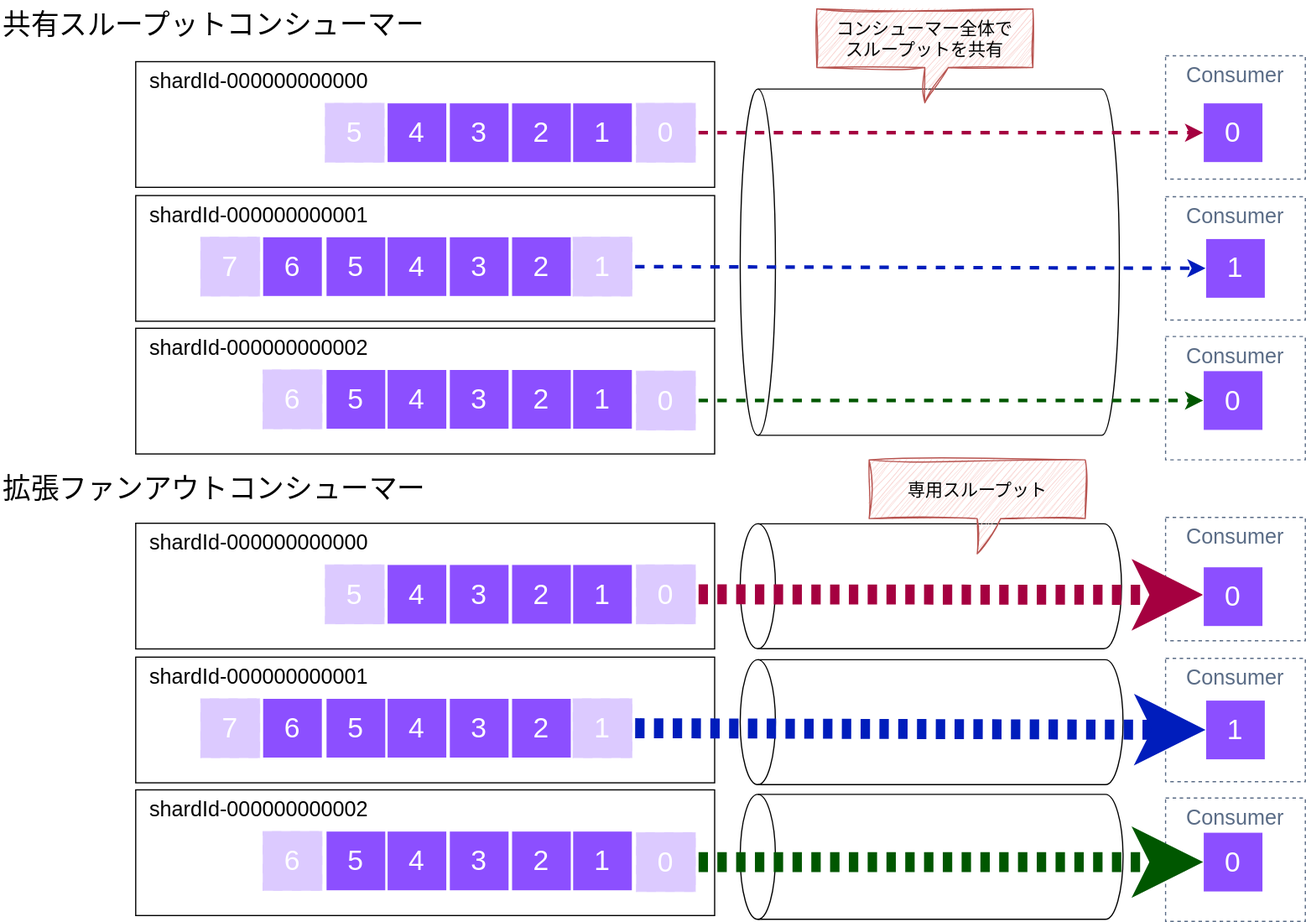
Before: images/kinesis-data-streams/consumer-type.drawio.svg, a diagram exported from draw.io (ishiharatma/aws-study). Source tidied: cells renumbered, new cells last; positions are measured from the earlier drawing's top-left corner, leaving out a move shared by most shapes.
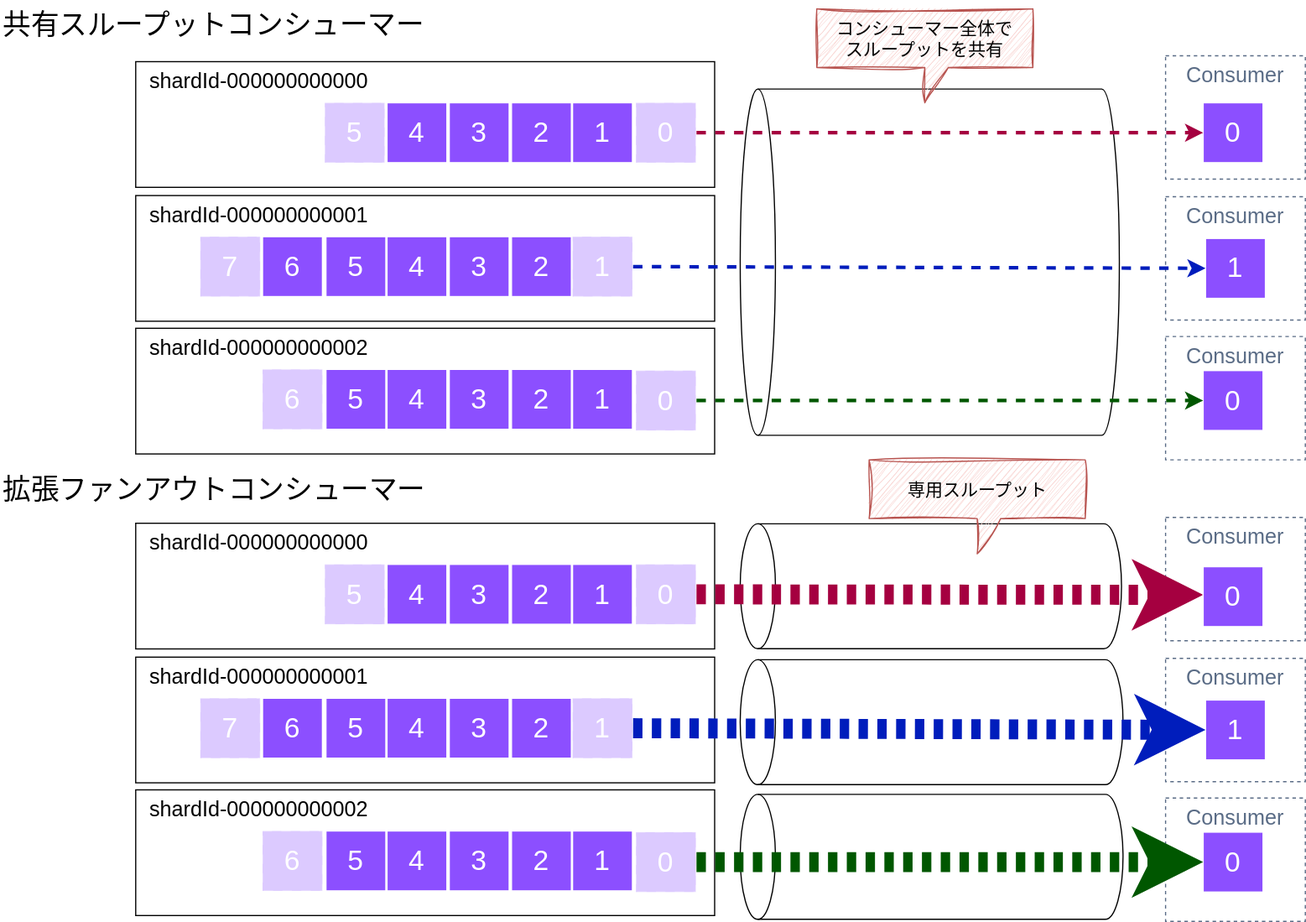
Above is the later version.

The edit, as a diff of the source:
```diff
@@ -1,4 +1,4 @@
-<mxGraphModel>
+<mxGraphModel background="light-dark(#FFFFFF,#121212)">
   <root>
     <mxCell id="0" />
     <mxCell id="1" parent="0" />
```
